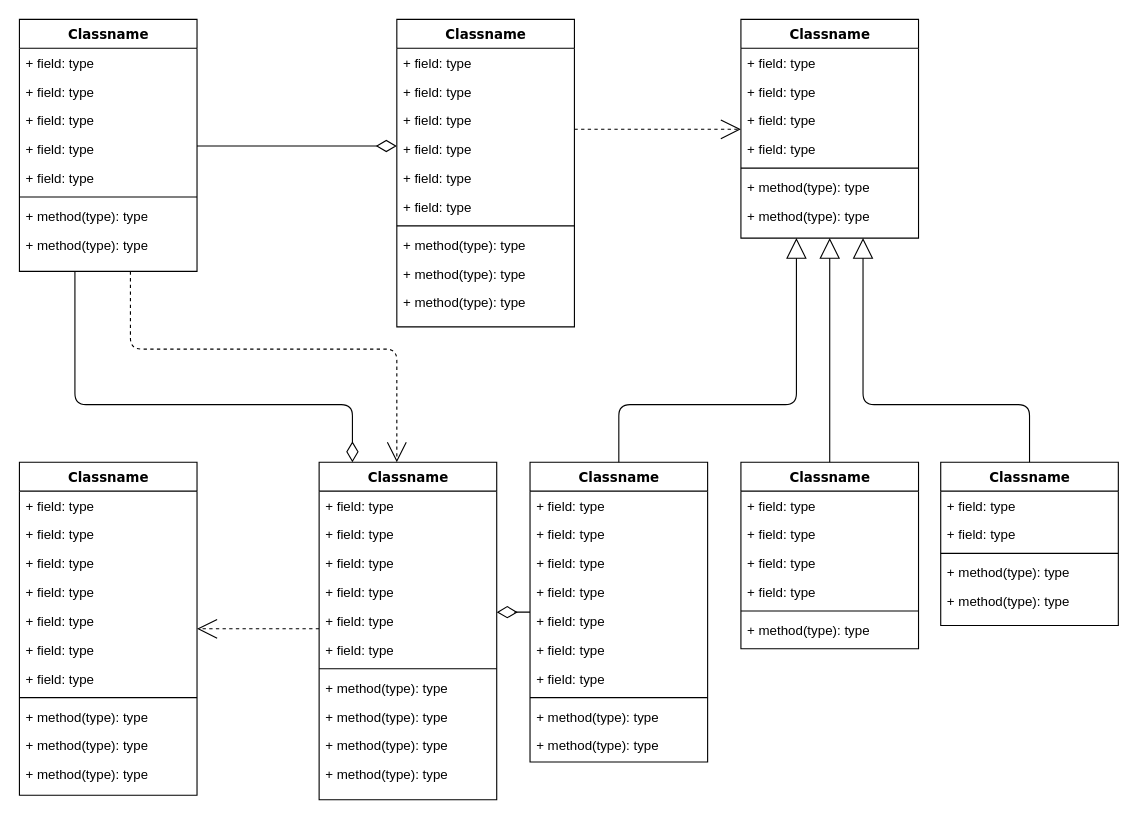
The draw.io diagram Check-in Digital.drawio.xml in andersonsilva8609/andersonsilva8609, before the edit. Source tidied: cells renumbered, new cells numbered last; positions are measured from the earlier drawing's top-left corner, leaving out a move shared by most shapes. Both pictures are drawn from the tidied source at 111%, with x=0, y=0 at pixel (19, 19).
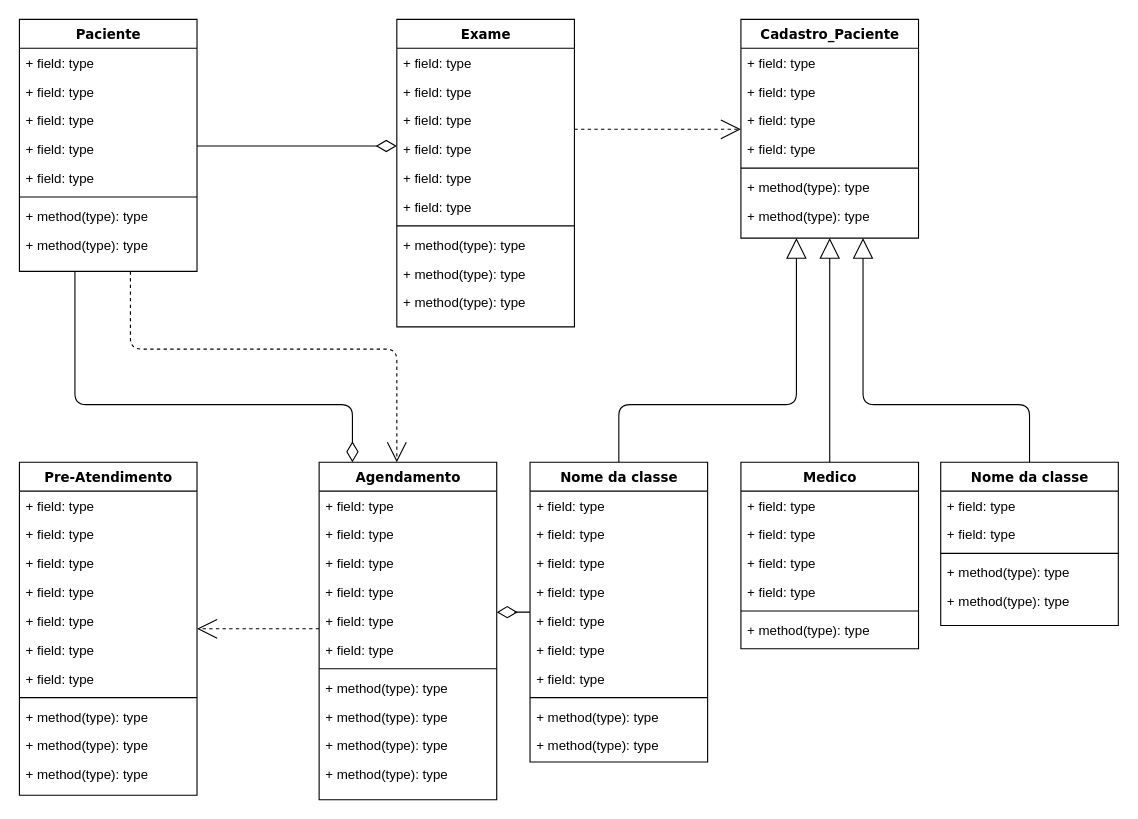
The same diagram, later.

What changed in the source:
```diff
@@
-    <mxCell id="4" value="Classname" style="swimlane;html=1;fontStyle=1;align=center;verticalAlign=top;horizontal=1;startSize=26;swimlaneFillColor=#ffffff;rounded=0;shadow=0;comic=0;labelBackgroundColor=none;strokeWidth=1;fillColor=none;fontFamily=Verdana;fontSize=12;" parent="1" vertex="1">
+    <mxCell id="4" value="Paciente" style="swimlane;html=1;fontStyle=1;align=center;verticalAlign=top;horizontal=1;startSize=26;swimlaneFillColor=#ffffff;rounded=0;shadow=0;comic=0;labelBackgroundColor=none;strokeWidth=1;fillColor=none;fontFamily=Verdana;fontSize=12;" parent="1" vertex="1">
       <mxGeometry width="160" height="227" as="geometry" />
     </mxCell>
@@
-    <mxCell id="14" value="Classname" style="swimlane;html=1;fontStyle=1;align=center;verticalAlign=top;horizontal=1;startSize=26;swimlaneFillColor=#ffffff;rounded=0;shadow=0;comic=0;labelBackgroundColor=none;strokeWidth=1;fillColor=none;fontFamily=Verdana;fontSize=12;" parent="1" vertex="1">
+    <mxCell id="14" value="Exame" style="swimlane;html=1;fontStyle=1;align=center;verticalAlign=top;horizontal=1;startSize=26;swimlaneFillColor=#ffffff;rounded=0;shadow=0;comic=0;labelBackgroundColor=none;strokeWidth=1;fillColor=none;fontFamily=Verdana;fontSize=12;" parent="1" vertex="1">
       <mxGeometry x="340" width="160" height="277" as="geometry" />
     </mxCell>
@@
-    <mxCell id="25" value="Classname" style="swimlane;html=1;fontStyle=1;align=center;verticalAlign=top;horizontal=1;startSize=26;swimlaneFillColor=#ffffff;rounded=0;shadow=0;comic=0;labelBackgroundColor=none;strokeWidth=1;fillColor=none;fontFamily=Verdana;fontSize=12;" parent="1" vertex="1">
+    <mxCell id="25" value="Cadastro_Paciente" style="swimlane;html=1;fontStyle=1;align=center;verticalAlign=top;horizontal=1;startSize=26;swimlaneFillColor=#ffffff;rounded=0;shadow=0;comic=0;labelBackgroundColor=none;strokeWidth=1;fillColor=none;fontFamily=Verdana;fontSize=12;" parent="1" vertex="1">
       <mxGeometry x="650" width="160" height="197" as="geometry" />
     </mxCell>
@@
-    <mxCell id="34" value="Classname" style="swimlane;html=1;fontStyle=1;align=center;verticalAlign=top;horizontal=1;startSize=26;swimlaneFillColor=#ffffff;rounded=0;shadow=0;comic=0;labelBackgroundColor=none;strokeWidth=1;fillColor=none;fontFamily=Verdana;fontSize=12;" parent="1" vertex="1">
+    <mxCell id="34" value="Pre-Atendimento" style="swimlane;html=1;fontStyle=1;align=center;verticalAlign=top;horizontal=1;startSize=26;swimlaneFillColor=#ffffff;rounded=0;shadow=0;comic=0;labelBackgroundColor=none;strokeWidth=1;fillColor=none;fontFamily=Verdana;fontSize=12;" parent="1" vertex="1">
       <mxGeometry y="399" width="160" height="300" as="geometry" />
     </mxCell>
@@
-    <mxCell id="47" value="Classname" style="swimlane;html=1;fontStyle=1;align=center;verticalAlign=top;horizontal=1;startSize=26;swimlaneFillColor=#ffffff;rounded=0;shadow=0;comic=0;labelBackgroundColor=none;strokeWidth=1;fillColor=none;fontFamily=Verdana;fontSize=12;" parent="1" vertex="1">
+    <mxCell id="47" value="Agendamento" style="swimlane;html=1;fontStyle=1;align=center;verticalAlign=top;horizontal=1;startSize=26;swimlaneFillColor=#ffffff;rounded=0;shadow=0;comic=0;labelBackgroundColor=none;strokeWidth=1;fillColor=none;fontFamily=Verdana;fontSize=12;" parent="1" vertex="1">
       <mxGeometry x="270" y="399" width="160" height="304" as="geometry" />
     </mxCell>
@@
-    <mxCell id="60" value="Classname" style="swimlane;html=1;fontStyle=1;align=center;verticalAlign=top;horizontal=1;startSize=26;swimlaneFillColor=#ffffff;rounded=0;shadow=0;comic=0;labelBackgroundColor=none;strokeWidth=1;fillColor=none;fontFamily=Verdana;fontSize=12;" parent="1" vertex="1">
+    <mxCell id="60" value="Nome da classe" style="swimlane;html=1;fontStyle=1;align=center;verticalAlign=top;horizontal=1;startSize=26;swimlaneFillColor=#ffffff;rounded=0;shadow=0;comic=0;labelBackgroundColor=none;strokeWidth=1;fillColor=none;fontFamily=Verdana;fontSize=12;" parent="1" vertex="1">
       <mxGeometry x="460" y="399" width="160" height="270" as="geometry" />
     </mxCell>
@@
-    <mxCell id="72" value="Classname" style="swimlane;html=1;fontStyle=1;align=center;verticalAlign=top;horizontal=1;startSize=26;swimlaneFillColor=#ffffff;rounded=0;shadow=0;comic=0;labelBackgroundColor=none;strokeWidth=1;fillColor=none;fontFamily=Verdana;fontSize=12;" parent="1" vertex="1">
+    <mxCell id="72" value="Medico" style="swimlane;html=1;fontStyle=1;align=center;verticalAlign=top;horizontal=1;startSize=26;swimlaneFillColor=#ffffff;rounded=0;shadow=0;comic=0;labelBackgroundColor=none;strokeWidth=1;fillColor=none;fontFamily=Verdana;fontSize=12;" parent="1" vertex="1">
       <mxGeometry x="650" y="399" width="160" height="168" as="geometry" />
     </mxCell>
@@
-    <mxCell id="80" value="Classname" style="swimlane;html=1;fontStyle=1;align=center;verticalAlign=top;horizontal=1;startSize=26;swimlaneFillColor=#ffffff;rounded=0;shadow=0;comic=0;labelBackgroundColor=none;strokeWidth=1;fillColor=none;fontFamily=Verdana;fontSize=12;" parent="1" vertex="1">
+    <mxCell id="80" value="Nome da classe" style="swimlane;html=1;fontStyle=1;align=center;verticalAlign=top;horizontal=1;startSize=26;swimlaneFillColor=#ffffff;rounded=0;shadow=0;comic=0;labelBackgroundColor=none;strokeWidth=1;fillColor=none;fontFamily=Verdana;fontSize=12;" parent="1" vertex="1">
       <mxGeometry x="830" y="399" width="160" height="147" as="geometry" />
     </mxCell>
```
